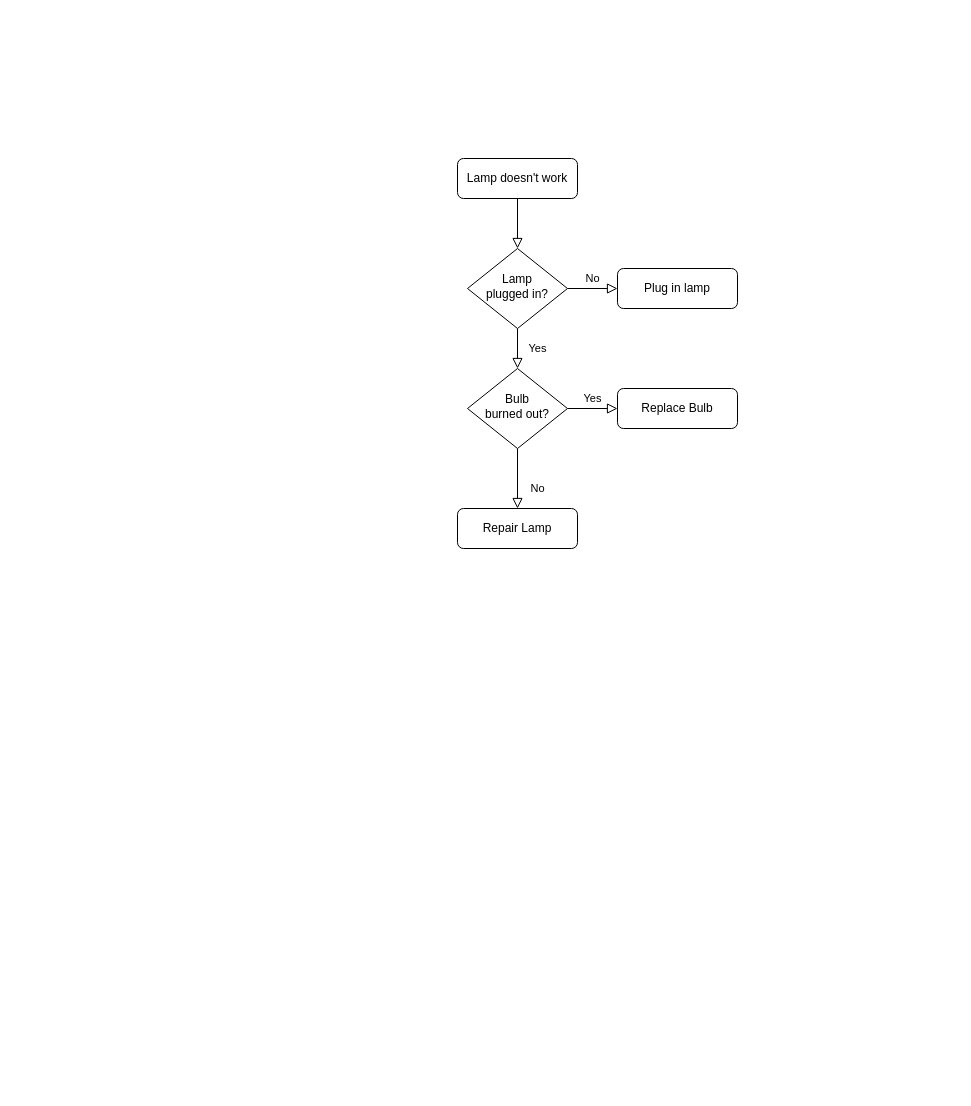
The draw.io diagram processon/btmis/未命名绘图.drawio in zhujianqi/filestore, before the edit. Source tidied: cells renumbered, new cells numbered last; positions are measured from the earlier drawing's top-left corner, leaving out a move shared by most shapes. Both pictures are drawn from the tidied source at 100%, with x=0, y=0 at pixel (457, 158).
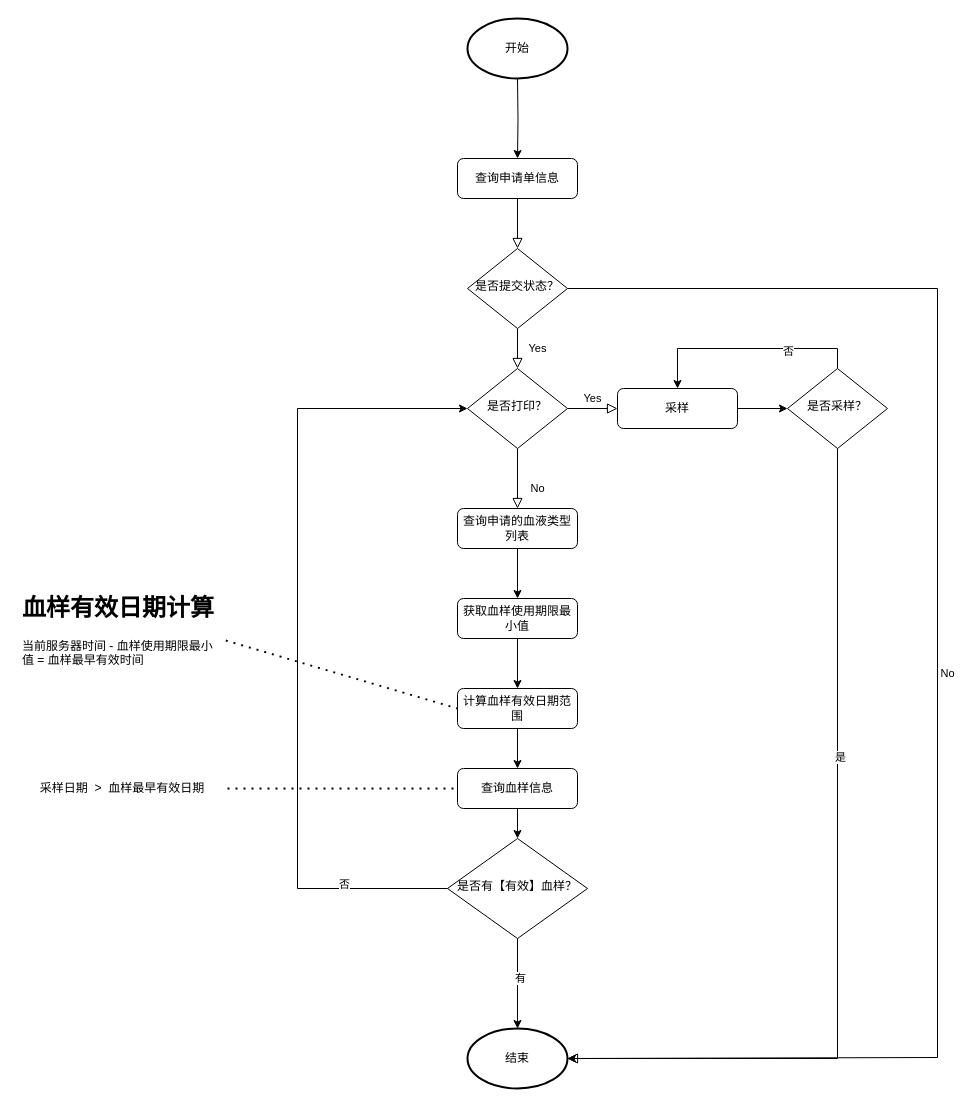
The same page after the edit.

Commit message:
合理用血-是否需要采样逻辑.drawio

Change to the diagram source:
```diff
@@
-    <mxCell id="3" value="Lamp doesn't work" style="rounded=1;whiteSpace=wrap;html=1;fontSize=12;glass=0;strokeWidth=1;shadow=0;" parent="1" vertex="1">
+    <mxCell id="3" value="查询申请单信息" style="rounded=1;whiteSpace=wrap;html=1;fontSize=12;glass=0;strokeWidth=1;shadow=0;" parent="1" vertex="1">
       <mxGeometry width="120" height="40" as="geometry" />
     </mxCell>
@@
-    <mxCell id="5" value="No" style="edgeStyle=orthogonalEdgeStyle;rounded=0;html=1;jettySize=auto;fontSize=11;endArrow=block;endFill=0;endSize=8;strokeWidth=1;shadow=0;labelBackgroundColor=none;" parent="1" edge="1" source="6" target="7">
-      <mxGeometry y="10" relative="1" as="geometry" />
+    <mxCell id="5" value="No" style="edgeStyle=orthogonalEdgeStyle;rounded=0;html=1;jettySize=auto;fontSize=11;endArrow=block;endFill=0;endSize=8;strokeWidth=1;shadow=0;labelBackgroundColor=none;entryX=1;entryY=0.5;entryDx=0;entryDy=0;entryPerimeter=0;" parent="1" edge="1" source="6" target="34">
+      <mxGeometry y="10" relative="1" as="geometry">
+        <Array as="points">
+          <mxPoint x="480" y="130" />
+          <mxPoint x="480" y="899" />
+          <mxPoint x="110" y="899" />
+        </Array>
+      </mxGeometry>
     </mxCell>
-    <mxCell id="6" value="Lamp&lt;br&gt;plugged in?" style="rhombus;whiteSpace=wrap;html=1;shadow=0;fontFamily=Helvetica;fontSize=12;align=center;strokeWidth=1;spacing=6;spacingTop=-4;" parent="1" vertex="1">
+    <mxCell id="6" value="是否提交状态？" style="rhombus;whiteSpace=wrap;html=1;shadow=0;fontFamily=Helvetica;fontSize=12;align=center;strokeWidth=1;spacing=6;spacingTop=-4;" parent="1" vertex="1">
       <mxGeometry x="10" y="90" width="100" height="80" as="geometry" />
     </mxCell>
-    <mxCell id="7" value="Plug in lamp" style="rounded=1;whiteSpace=wrap;html=1;fontSize=12;glass=0;strokeWidth=1;shadow=0;" parent="1" vertex="1">
-      <mxGeometry x="160" y="110" width="120" height="40" as="geometry" />
-    </mxCell>
@@
-    <mxCell id="10" value="Bulb&lt;br&gt;burned out?" style="rhombus;whiteSpace=wrap;html=1;shadow=0;fontFamily=Helvetica;fontSize=12;align=center;strokeWidth=1;spacing=6;spacingTop=-4;" parent="1" vertex="1">
+    <mxCell id="10" value="是否打印？" style="rhombus;whiteSpace=wrap;html=1;shadow=0;fontFamily=Helvetica;fontSize=12;align=center;strokeWidth=1;spacing=6;spacingTop=-4;" parent="1" vertex="1">
       <mxGeometry x="10" y="210" width="100" height="80" as="geometry" />
     </mxCell>
+    <mxCell id="13" style="edgeStyle=orthogonalEdgeStyle;rounded=0;jettySize=auto;html=1;" parent="1" edge="1" source="11" target="20">
+      <mxGeometry relative="1" as="geometry" />
+    </mxCell>
-    <mxCell id="11" value="Repair Lamp" style="rounded=1;whiteSpace=wrap;html=1;fontSize=12;glass=0;strokeWidth=1;shadow=0;" parent="1" vertex="1">
+    <mxCell id="11" value="查询申请的血液类型列表" style="rounded=1;whiteSpace=wrap;html=1;fontSize=12;glass=0;strokeWidth=1;shadow=0;" parent="1" vertex="1">
       <mxGeometry y="350" width="120" height="40" as="geometry" />
     </mxCell>
+    <mxCell id="14" style="edgeStyle=orthogonalEdgeStyle;rounded=0;jettySize=auto;html=1;" parent="1" edge="1" source="12" target="18">
+      <mxGeometry relative="1" as="geometry" />
+    </mxCell>
-    <mxCell id="12" value="Replace Bulb" style="rounded=1;whiteSpace=wrap;html=1;fontSize=12;glass=0;strokeWidth=1;shadow=0;" parent="1" vertex="1">
+    <mxCell id="12" value="采样" style="rounded=1;whiteSpace=wrap;html=1;fontSize=12;glass=0;strokeWidth=1;shadow=0;" parent="1" vertex="1">
       <mxGeometry x="160" y="230" width="120" height="40" as="geometry" />
     </mxCell>
+    <mxCell id="15" style="edgeStyle=orthogonalEdgeStyle;rounded=0;jettySize=auto;html=1;" parent="1" edge="1" target="3">
+      <mxGeometry relative="1" as="geometry">
+        <mxPoint x="60" y="-80" as="sourcePoint" />
+      </mxGeometry>
+    </mxCell>
+    <mxCell id="16" style="edgeStyle=orthogonalEdgeStyle;rounded=0;jettySize=auto;html=1;exitX=0.5;exitY=0;exitDx=0;exitDy=0;entryX=0.5;entryY=0;entryDx=0;entryDy=0;" parent="1" edge="1" source="18" target="12">
+      <mxGeometry relative="1" as="geometry" />
+    </mxCell>
+    <mxCell id="17" value="否" style="edgeLabel;html=1;align=center;verticalAlign=middle;" parent="16" vertex="1">
+      <mxGeometry x="-0.36" y="2" relative="1" as="geometry" />
+    </mxCell>
+    <mxCell id="18" value="是否采样？" style="rhombus;whiteSpace=wrap;html=1;shadow=0;fontFamily=Helvetica;fontSize=12;align=center;strokeWidth=1;spacing=6;spacingTop=-4;" parent="1" vertex="1">
+      <mxGeometry x="330" y="210" width="100" height="80" as="geometry" />
+    </mxCell>
+    <mxCell id="19" style="edgeStyle=orthogonalEdgeStyle;rounded=0;jettySize=auto;html=1;" parent="1" edge="1" source="20" target="22">
+      <mxGeometry relative="1" as="geometry" />
+    </mxCell>
+    <mxCell id="20" value="获取血样使用期限最小值" style="rounded=1;whiteSpace=wrap;html=1;fontSize=12;glass=0;strokeWidth=1;shadow=0;" parent="1" vertex="1">
+      <mxGeometry y="440" width="120" height="40" as="geometry" />
+    </mxCell>
+    <mxCell id="21" style="edgeStyle=orthogonalEdgeStyle;rounded=0;jettySize=auto;html=1;" parent="1" edge="1" source="22" target="25">
+      <mxGeometry relative="1" as="geometry" />
+    </mxCell>
+    <mxCell id="22" value="计算血样有效日期范围" style="rounded=1;whiteSpace=wrap;html=1;fontSize=12;glass=0;strokeWidth=1;shadow=0;" parent="1" vertex="1">
+      <mxGeometry y="530" width="120" height="40" as="geometry" />
+    </mxCell>
+    <mxCell id="23" value="&lt;h1&gt;血样有效日期计算&lt;br&gt;&lt;/h1&gt;&lt;div&gt;当前服务器时间 - 血样使用期限最小值 = 血样最早有效时间&lt;/div&gt;" style="text;html=1;strokeColor=none;fillColor=none;spacing=5;spacingTop=-20;whiteSpace=wrap;overflow=hidden;rounded=0;" parent="1" vertex="1">
+      <mxGeometry x="-440" y="430" width="210" height="120" as="geometry" />
+    </mxCell>
+    <mxCell id="24" style="edgeStyle=orthogonalEdgeStyle;rounded=0;jettySize=auto;html=1;" parent="1" edge="1" source="25" target="33">
+      <mxGeometry relative="1" as="geometry" />
+    </mxCell>
+    <mxCell id="25" value="查询血样信息" style="rounded=1;whiteSpace=wrap;html=1;fontSize=12;glass=0;strokeWidth=1;shadow=0;" parent="1" vertex="1">
+      <mxGeometry y="610" width="120" height="40" as="geometry" />
+    </mxCell>
+    <mxCell id="26" value="采样日期&amp;nbsp; &amp;gt;&amp;nbsp; 血样最早有效日期" style="text;html=1;strokeColor=none;fillColor=none;align=center;verticalAlign=middle;whiteSpace=wrap;rounded=0;" parent="1" vertex="1">
+      <mxGeometry x="-440" y="590" width="210" height="80" as="geometry" />
+    </mxCell>
+    <mxCell id="27" style="endArrow=none;dashed=1;html=1;dashPattern=1 3;strokeWidth=2;rounded=0;exitX=0.992;exitY=0.434;exitDx=0;exitDy=0;exitPerimeter=0;" parent="1" edge="1" source="23">
+      <mxGeometry relative="1" as="geometry">
+        <mxPoint y="550" as="targetPoint" />
+      </mxGeometry>
+    </mxCell>
+    <mxCell id="28" style="endArrow=none;dashed=1;html=1;dashPattern=1 3;strokeWidth=2;rounded=0;exitX=1;exitY=0.5;exitDx=0;exitDy=0;" parent="1" edge="1" source="26">
+      <mxGeometry relative="1" as="geometry">
+        <mxPoint y="630" as="targetPoint" />
+      </mxGeometry>
+    </mxCell>
+    <mxCell id="29" style="edgeStyle=orthogonalEdgeStyle;rounded=0;jettySize=auto;html=1;entryX=0;entryY=0.5;entryDx=0;entryDy=0;" parent="1" edge="1" source="33" target="10">
+      <mxGeometry relative="1" as="geometry">
+        <Array as="points">
+          <mxPoint x="-160" y="730" />
+          <mxPoint x="-160" y="250" />
+        </Array>
+      </mxGeometry>
+    </mxCell>
+    <mxCell id="30" value="否" style="edgeLabel;html=1;align=center;verticalAlign=middle;" parent="29" vertex="1">
+      <mxGeometry x="-0.74" y="-5" relative="1" as="geometry" />
+    </mxCell>
+    <mxCell id="31" style="edgeStyle=orthogonalEdgeStyle;rounded=0;jettySize=auto;html=1;" parent="1" edge="1" source="33" target="34">
+      <mxGeometry relative="1" as="geometry" />
+    </mxCell>
+    <mxCell id="32" value="有" style="edgeLabel;html=1;align=center;verticalAlign=middle;" parent="31" vertex="1">
+      <mxGeometry x="-0.14" y="2" relative="1" as="geometry" />
+    </mxCell>
+    <mxCell id="33" value="是否有【有效】血样？" style="rhombus;whiteSpace=wrap;html=1;shadow=0;fontFamily=Helvetica;fontSize=12;align=center;strokeWidth=1;spacing=6;spacingTop=-4;" parent="1" vertex="1">
+      <mxGeometry x="-10" y="680" width="140" height="100" as="geometry" />
+    </mxCell>
+    <mxCell id="34" value="结束" style="strokeWidth=2;html=1;shape=mxgraph.flowchart.start_1;whiteSpace=wrap;" parent="1" vertex="1">
+      <mxGeometry x="10" y="870" width="100" height="60" as="geometry" />
+    </mxCell>
+    <mxCell id="35" value="开始" style="strokeWidth=2;html=1;shape=mxgraph.flowchart.start_1;whiteSpace=wrap;" parent="1" vertex="1">
+      <mxGeometry x="10" y="-140" width="100" height="60" as="geometry" />
+    </mxCell>
+    <mxCell id="36" style="edgeStyle=orthogonalEdgeStyle;rounded=0;jettySize=auto;html=1;exitX=0.5;exitY=1;exitDx=0;exitDy=0;entryX=1;entryY=0.5;entryDx=0;entryDy=0;entryPerimeter=0;" parent="1" edge="1" source="18" target="34">
+      <mxGeometry relative="1" as="geometry" />
+    </mxCell>
+    <mxCell id="37" value="是" style="edgeLabel;html=1;align=center;verticalAlign=middle;" parent="36" vertex="1">
+      <mxGeometry x="-0.3" y="2" relative="1" as="geometry" />
+    </mxCell>
```
